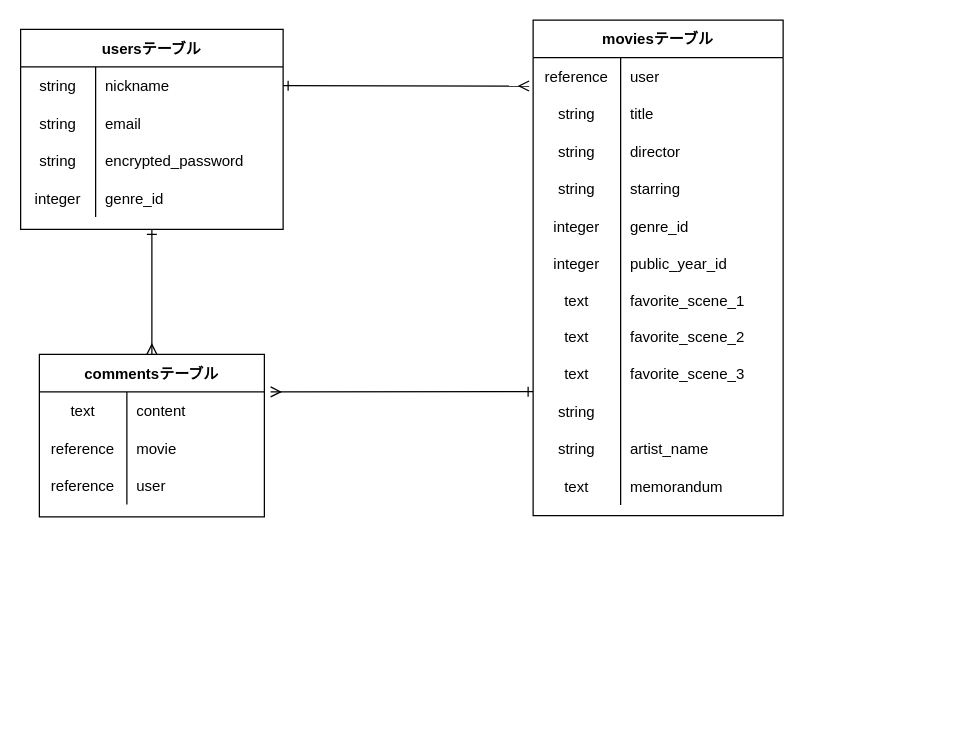
Above: test.dio in iorrittle/My-movies-collection (draw.io), before the change. Source tidied: cells renumbered, new cells numbered last; positions are measured from the earlier drawing's top-left corner, leaving out a move shared by most shapes. Both pictures are drawn from the tidied source at 125%, with x=0, y=0 at pixel (20, 19).
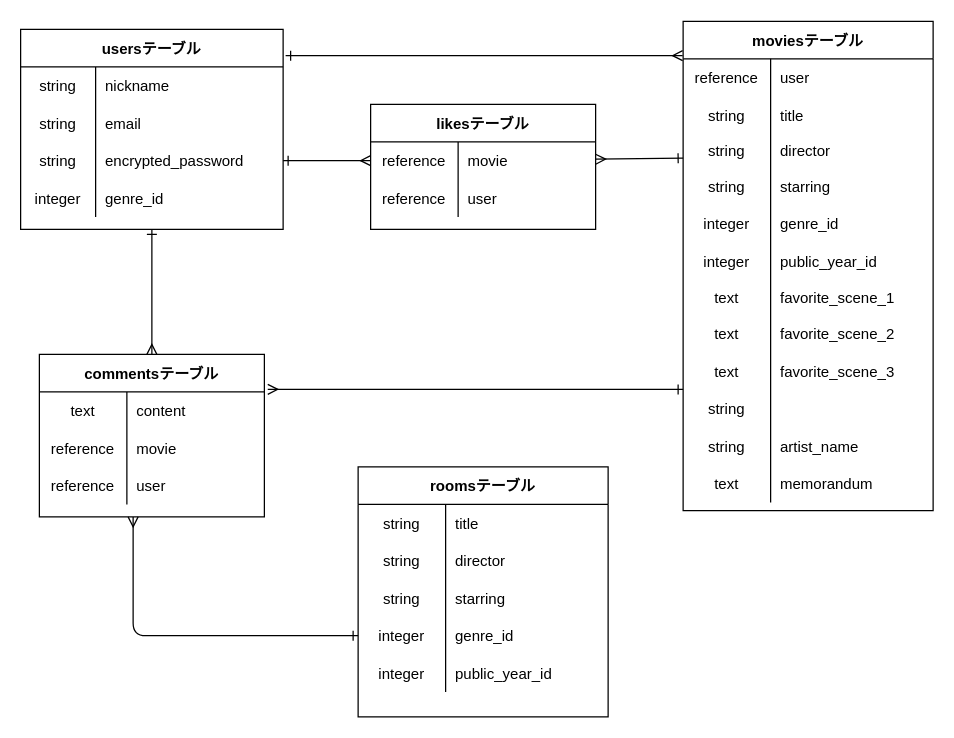
After the change.

Unchanged cells that the change refers to:
```xml
<mxCell id="4" style="shape=partialRectangle;fillColor=none;top=0;left=0;bottom=0;right=0;points=[[0,0.5],[1,0.5]];portConstraint=eastwest;" parent="3" vertex="1">
  <mxGeometry y="30" width="210" height="30" as="geometry" />
</mxCell>
<mxCell id="10" style="shape=partialRectangle;fillColor=none;top=0;left=0;bottom=0;right=0;points=[[0,0.5],[1,0.5]];portConstraint=eastwest;" parent="3" vertex="1">
  <mxGeometry y="90" width="210" height="30" as="geometry" />
</mxCell>
<mxCell id="18" style="shape=partialRectangle;fillColor=none;top=0;left=0;bottom=0;right=0;points=[[0,0.5],[1,0.5]];portConstraint=eastwest;" parent="17" vertex="1">
  <mxGeometry y="30" width="200" height="30" as="geometry" />
</mxCell>
<mxCell id="55" style="shape=partialRectangle;fillColor=none;top=0;left=0;bottom=0;right=0;points=[[0,0.5],[1,0.5]];portConstraint=eastwest;" parent="54" vertex="1">
  <mxGeometry y="30" width="180" height="30" as="geometry" />
</mxCell>
```

What changed in the source:
```diff
@@
-    <mxCell id="16" style="edgeStyle=none;html=1;exitX=0;exitY=0.75;exitDx=0;exitDy=0;startArrow=ERone;startFill=0;endArrow=ERmany;endFill=0;" parent="1" edge="1" source="17">
+    <mxCell id="16" style="edgeStyle=none;html=1;startArrow=ERone;startFill=0;endArrow=ERmany;endFill=0;entryX=1.015;entryY=-0.067;entryDx=0;entryDy=0;entryPerimeter=0;" parent="1" edge="1" target="55">
       <mxGeometry relative="1" as="geometry">
-        <mxPoint x="200" y="298" as="targetPoint" />
+        <mxPoint x="530" y="296" as="sourcePoint" />
       </mxGeometry>
     </mxCell>
     <mxCell id="17" value="moviesテーブル" style="shape=table;startSize=30;childLayout=tableLayout;rowLines=0;fontStyle=1;align=center;" parent="1" vertex="1">
-      <mxGeometry x="410" y="0.5" width="200" height="396.5" as="geometry" />
+      <mxGeometry x="530" y="1.5" width="200" height="391.5" as="geometry" />
     </mxCell>
@@
     <mxCell id="24" style="shape=partialRectangle;fillColor=none;top=0;left=0;bottom=0;right=0;" parent="17" vertex="1">
-      <mxGeometry y="90" width="200" height="30" as="geometry" />
+      <mxGeometry y="90" width="200" height="27" as="geometry" />
     </mxCell>
     <mxCell id="25" value="string" style="shape=partialRectangle;fillColor=none;top=0;left=0;bottom=0;right=0;overflow=hidden;" parent="24" vertex="1">
-      <mxGeometry width="70" height="30" as="geometry" />
+      <mxGeometry width="70" height="27" as="geometry" />
     </mxCell>
     <mxCell id="26" value="director" style="shape=partialRectangle;fillColor=none;top=0;left=0;bottom=0;right=0;align=left;spacingLeft=6;overflow=hidden;" parent="24" vertex="1">
-      <mxGeometry x="70" width="130" height="30" as="geometry" />
+      <mxGeometry x="70" width="130" height="27" as="geometry" />
     </mxCell>
     <mxCell id="27" style="shape=partialRectangle;fillColor=none;top=0;left=0;bottom=0;right=0;" parent="17" vertex="1">
-      <mxGeometry y="120" width="200" height="30" as="geometry" />
+      <mxGeometry y="117" width="200" height="30" as="geometry" />
     </mxCell>
@@
     <mxCell id="30" style="shape=partialRectangle;fillColor=none;top=0;left=0;bottom=0;right=0;" parent="17" vertex="1">
-      <mxGeometry y="150" width="200" height="30" as="geometry" />
+      <mxGeometry y="147" width="200" height="30" as="geometry" />
     </mxCell>
@@
     <mxCell id="33" style="shape=partialRectangle;fillColor=none;top=0;left=0;bottom=0;right=0;" parent="17" vertex="1">
-      <mxGeometry y="180" width="200" height="30" as="geometry" />
+      <mxGeometry y="177" width="200" height="30" as="geometry" />
     </mxCell>
@@
     <mxCell id="36" style="shape=partialRectangle;fillColor=none;top=0;left=0;bottom=0;right=0;" parent="17" vertex="1">
-      <mxGeometry y="210" width="200" height="28" as="geometry" />
+      <mxGeometry y="207" width="200" height="28" as="geometry" />
     </mxCell>
@@
     <mxCell id="39" style="shape=partialRectangle;fillColor=none;top=0;left=0;bottom=0;right=0;" parent="17" vertex="1">
-      <mxGeometry y="238" width="200" height="30" as="geometry" />
+      <mxGeometry y="235" width="200" height="30" as="geometry" />
     </mxCell>
@@
     <mxCell id="42" style="shape=partialRectangle;fillColor=none;top=0;left=0;bottom=0;right=0;" parent="17" vertex="1">
-      <mxGeometry y="268" width="200" height="30" as="geometry" />
+      <mxGeometry y="265" width="200" height="30" as="geometry" />
     </mxCell>
@@
     <mxCell id="45" style="shape=partialRectangle;fillColor=none;top=0;left=0;bottom=0;right=0;" parent="17" vertex="1">
-      <mxGeometry y="298" width="200" height="30" as="geometry" />
+      <mxGeometry y="295" width="200" height="30" as="geometry" />
     </mxCell>
@@
     <mxCell id="48" style="shape=partialRectangle;fillColor=none;top=0;left=0;bottom=0;right=0;" parent="17" vertex="1">
-      <mxGeometry y="328" width="200" height="30" as="geometry" />
+      <mxGeometry y="325" width="200" height="30" as="geometry" />
     </mxCell>
@@
     <mxCell id="51" style="shape=partialRectangle;fillColor=none;top=0;left=0;bottom=0;right=0;" parent="17" vertex="1">
-      <mxGeometry y="358" width="200" height="30" as="geometry" />
+      <mxGeometry y="355" width="200" height="30" as="geometry" />
     </mxCell>
@@
-    <mxCell id="64" style="edgeStyle=none;html=1;exitX=1;exitY=0.5;exitDx=0;exitDy=0;entryX=-0.016;entryY=0.761;entryDx=0;entryDy=0;entryPerimeter=0;startArrow=ERone;startFill=0;endArrow=ERmany;endFill=0;" parent="1" edge="1" source="4" target="18">
-      <mxGeometry relative="1" as="geometry" />
+    <mxCell id="64" style="edgeStyle=none;html=1;startArrow=ERone;startFill=0;endArrow=ERmany;endFill=0;entryX=-0.002;entryY=-0.083;entryDx=0;entryDy=0;entryPerimeter=0;" parent="1" edge="1" target="18">
+      <mxGeometry relative="1" as="geometry">
+        <mxPoint x="212" y="29" as="sourcePoint" />
+      </mxGeometry>
     </mxCell>
+    <mxCell id="65" value="roomsテーブル" style="shape=table;startSize=30;childLayout=tableLayout;rowLines=0;fontStyle=1;align=center;" parent="1" vertex="1">
+      <mxGeometry x="270" y="358" width="200" height="200" as="geometry" />
+    </mxCell>
+    <mxCell id="66" style="shape=partialRectangle;fillColor=none;top=0;left=0;bottom=0;right=0;" parent="65" vertex="1">
+      <mxGeometry y="30" width="200" height="30" as="geometry" />
+    </mxCell>
+    <mxCell id="67" value="string" style="shape=partialRectangle;fillColor=none;top=0;left=0;bottom=0;right=0;overflow=hidden;" parent="66" vertex="1">
+      <mxGeometry width="70" height="30" as="geometry" />
+    </mxCell>
+    <mxCell id="68" value="title" style="shape=partialRectangle;fillColor=none;top=0;left=0;bottom=0;right=0;align=left;spacingLeft=6;overflow=hidden;" parent="66" vertex="1">
+      <mxGeometry x="70" width="130" height="30" as="geometry" />
+    </mxCell>
+    <mxCell id="69" style="shape=partialRectangle;fillColor=none;top=0;left=0;bottom=0;right=0;" parent="65" vertex="1">
+      <mxGeometry y="60" width="200" height="30" as="geometry" />
+    </mxCell>
+    <mxCell id="70" value="string" style="shape=partialRectangle;fillColor=none;top=0;left=0;bottom=0;right=0;overflow=hidden;" parent="69" vertex="1">
+      <mxGeometry width="70" height="30" as="geometry" />
+    </mxCell>
+    <mxCell id="71" value="director" style="shape=partialRectangle;fillColor=none;top=0;left=0;bottom=0;right=0;align=left;spacingLeft=6;overflow=hidden;" parent="69" vertex="1">
+      <mxGeometry x="70" width="130" height="30" as="geometry" />
+    </mxCell>
+    <mxCell id="72" style="shape=partialRectangle;fillColor=none;top=0;left=0;bottom=0;right=0;" parent="65" vertex="1">
+      <mxGeometry y="90" width="200" height="30" as="geometry" />
+    </mxCell>
+    <mxCell id="73" value="string" style="shape=partialRectangle;fillColor=none;top=0;left=0;bottom=0;right=0;overflow=hidden;" parent="72" vertex="1">
+      <mxGeometry width="70" height="30" as="geometry" />
+    </mxCell>
+    <mxCell id="74" value="starring" style="shape=partialRectangle;fillColor=none;top=0;left=0;bottom=0;right=0;align=left;spacingLeft=6;overflow=hidden;" parent="72" vertex="1">
+      <mxGeometry x="70" width="130" height="30" as="geometry" />
+    </mxCell>
+    <mxCell id="75" style="shape=partialRectangle;fillColor=none;top=0;left=0;bottom=0;right=0;points=[[0,0.5],[1,0.5]];portConstraint=eastwest;" parent="65" vertex="1">
+      <mxGeometry y="120" width="200" height="30" as="geometry" />
+    </mxCell>
+    <mxCell id="76" value="integer" style="shape=partialRectangle;fillColor=none;top=0;left=0;bottom=0;right=0;overflow=hidden;" parent="75" vertex="1">
+      <mxGeometry width="70" height="30" as="geometry" />
+    </mxCell>
+    <mxCell id="77" value="genre_id" style="shape=partialRectangle;fillColor=none;top=0;left=0;bottom=0;right=0;align=left;spacingLeft=6;overflow=hidden;" parent="75" vertex="1">
+      <mxGeometry x="70" width="130" height="30" as="geometry" />
+    </mxCell>
+    <mxCell id="78" style="shape=partialRectangle;fillColor=none;top=0;left=0;bottom=0;right=0;" parent="65" vertex="1">
+      <mxGeometry y="150" width="200" height="30" as="geometry" />
+    </mxCell>
+    <mxCell id="79" value="integer" style="shape=partialRectangle;fillColor=none;top=0;left=0;bottom=0;right=0;overflow=hidden;" parent="78" vertex="1">
+      <mxGeometry width="70" height="30" as="geometry" />
+    </mxCell>
+    <mxCell id="80" value="public_year_id" style="shape=partialRectangle;fillColor=none;top=0;left=0;bottom=0;right=0;align=left;spacingLeft=6;overflow=hidden;" parent="78" vertex="1">
+      <mxGeometry x="70" width="130" height="30" as="geometry" />
+    </mxCell>
+    <mxCell id="81" value="likesテーブル" style="shape=table;startSize=30;childLayout=tableLayout;rowLines=0;fontStyle=1;align=center;" parent="1" vertex="1">
+      <mxGeometry x="280" y="68" width="180" height="100" as="geometry" />
+    </mxCell>
+    <mxCell id="82" style="shape=partialRectangle;fillColor=none;top=0;left=0;bottom=0;right=0;points=[[0,0.5],[1,0.5]];portConstraint=eastwest;" parent="81" vertex="1">
+      <mxGeometry y="30" width="180" height="30" as="geometry" />
+    </mxCell>
+    <mxCell id="83" value="reference" style="shape=partialRectangle;fillColor=none;top=0;left=0;bottom=0;right=0;overflow=hidden;" parent="82" vertex="1">
+      <mxGeometry width="70" height="30" as="geometry" />
+    </mxCell>
+    <mxCell id="84" value="movie" style="shape=partialRectangle;fillColor=none;top=0;left=0;bottom=0;right=0;align=left;spacingLeft=6;overflow=hidden;" parent="82" vertex="1">
+      <mxGeometry x="70" width="110" height="30" as="geometry" />
+    </mxCell>
+    <mxCell id="85" style="shape=partialRectangle;fillColor=none;top=0;left=0;bottom=0;right=0;" parent="81" vertex="1">
+      <mxGeometry y="60" width="180" height="30" as="geometry" />
+    </mxCell>
+    <mxCell id="86" value="reference" style="shape=partialRectangle;fillColor=none;top=0;left=0;bottom=0;right=0;overflow=hidden;" parent="85" vertex="1">
+      <mxGeometry width="70" height="30" as="geometry" />
+    </mxCell>
+    <mxCell id="87" value="user" style="shape=partialRectangle;fillColor=none;top=0;left=0;bottom=0;right=0;align=left;spacingLeft=6;overflow=hidden;" parent="85" vertex="1">
+      <mxGeometry x="70" width="110" height="30" as="geometry" />
+    </mxCell>
+    <mxCell id="88" style="edgeStyle=none;html=1;exitX=1;exitY=0.5;exitDx=0;exitDy=0;entryX=0;entryY=0.5;entryDx=0;entryDy=0;endArrow=ERmany;endFill=0;startArrow=ERone;startFill=0;" parent="1" edge="1" source="10" target="82">
+      <mxGeometry relative="1" as="geometry" />
+    </mxCell>
+    <mxCell id="89" style="edgeStyle=none;html=1;startArrow=ERone;startFill=0;endArrow=ERmany;endFill=0;" parent="1" edge="1" target="82">
+      <mxGeometry relative="1" as="geometry">
+        <mxPoint x="530" y="111" as="sourcePoint" />
+      </mxGeometry>
+    </mxCell>
+    <mxCell id="90" style="edgeStyle=none;html=1;exitX=0;exitY=0.5;exitDx=0;exitDy=0;startArrow=ERone;startFill=0;endArrow=ERmany;endFill=0;" parent="1" edge="1" source="75">
+      <mxGeometry relative="1" as="geometry">
+        <mxPoint x="90" y="398" as="targetPoint" />
+        <Array as="points">
+          <mxPoint x="90" y="493" />
+        </Array>
+      </mxGeometry>
+    </mxCell>
```
